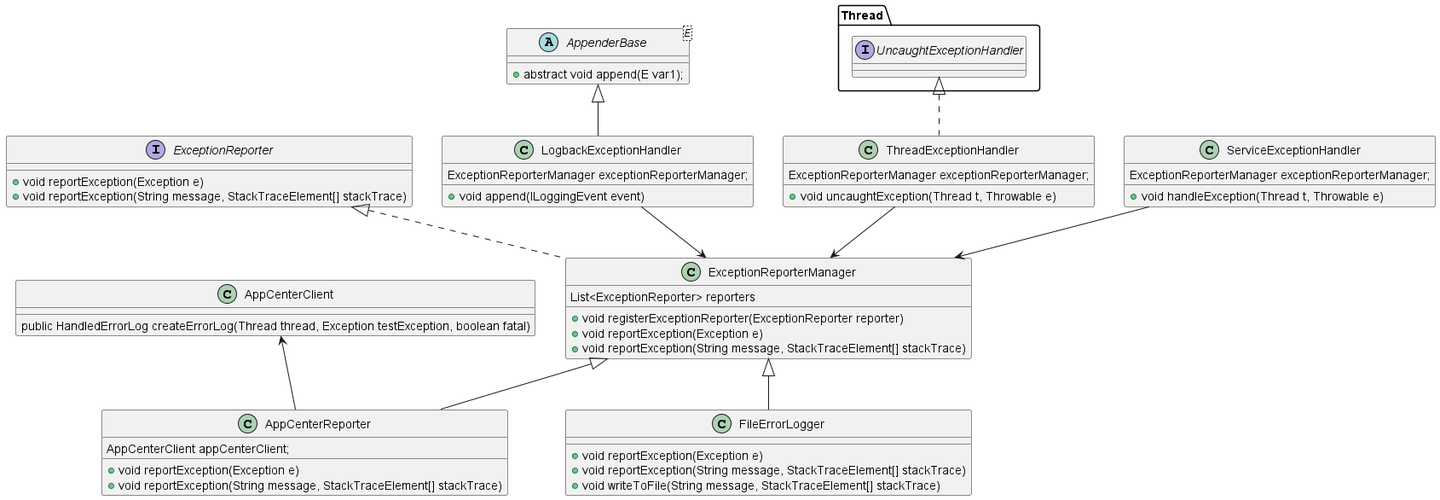
The PlantUML diagram docs/images/UML/exception_monitor.png in microsoft/HydraLab, before a commit. Its diagram source:
```plantuml
@startuml exception_monitor
interface ExceptionReporter {
    + void reportException(Exception e)
    + void reportException(String message, StackTraceElement[] stackTrace)
}

class ExceptionReporterManager implements ExceptionReporter {
    List<ExceptionReporter> reporters

    + void registerExceptionReporter(ExceptionReporter reporter)
    + void reportException(Exception e)
    + void reportException(String message, StackTraceElement[] stackTrace)
}

class AppCenterReporter extends ExceptionReporterManager {
    AppCenterClient appCenterClient;
    + void reportException(Exception e)
    + void reportException(String message, StackTraceElement[] stackTrace)
}


class FileErrorLogger extends ExceptionReporterManager {
    + void reportException(Exception e)
    + void reportException(String message, StackTraceElement[] stackTrace)
    + void writeToFile(String message, StackTraceElement[] stackTrace)
}

class AppCenterClient{
    public HandledErrorLog createErrorLog(Thread thread, Exception testException, boolean fatal)
}

AppCenterClient <-- AppCenterReporter

abstract class AppenderBase<E> {
    + abstract void append(E var1);
}

class LogbackExceptionHandler extends AppenderBase {
    ExceptionReporterManager exceptionReporterManager;
    + void append(ILoggingEvent event)
}

class ThreadExceptionHandler implements Thread.UncaughtExceptionHandler {
    ExceptionReporterManager exceptionReporterManager;
    + void uncaughtException(Thread t, Throwable e)
}

class ServiceExceptionHandler {
    ExceptionReporterManager exceptionReporterManager;
    + void handleException(Thread t, Throwable e)
}

LogbackExceptionHandler --> ExceptionReporterManager
ThreadExceptionHandler --> ExceptionReporterManager
ServiceExceptionHandler --> ExceptionReporterManager
@enduml
```
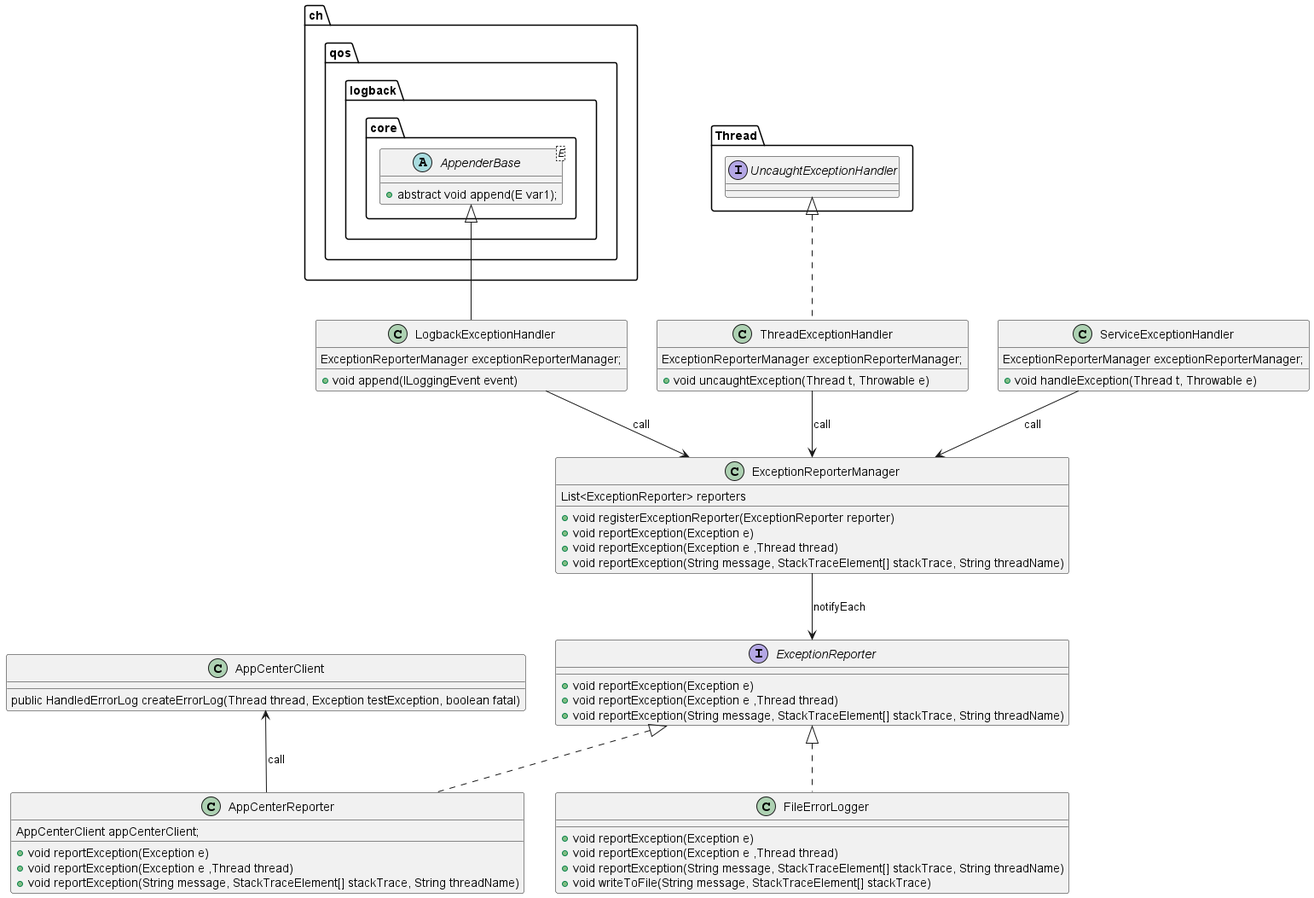
After the commit.

What changed in the source:
```diff
@@ -1,27 +1,31 @@
 @startuml exception_monitor
 interface ExceptionReporter {
     + void reportException(Exception e)
-    + void reportException(String message, StackTraceElement[] stackTrace)
+    + void reportException(Exception e ,Thread thread)
+    + void reportException(String message, StackTraceElement[] stackTrace, String threadName)
 }
 
-class ExceptionReporterManager implements ExceptionReporter {
+class ExceptionReporterManager {
     List<ExceptionReporter> reporters
-
     + void registerExceptionReporter(ExceptionReporter reporter)
     + void reportException(Exception e)
-    + void reportException(String message, StackTraceElement[] stackTrace)
+    + void reportException(Exception e ,Thread thread)
+    + void reportException(String message, StackTraceElement[] stackTrace, String threadName)
 }
 
-class AppCenterReporter extends ExceptionReporterManager {
+class AppCenterReporter implements ExceptionReporter {
     AppCenterClient appCenterClient;
+
     + void reportException(Exception e)
-    + void reportException(String message, StackTraceElement[] stackTrace)
+    + void reportException(Exception e ,Thread thread)
+    + void reportException(String message, StackTraceElement[] stackTrace, String threadName)
 }
 
 
-class FileErrorLogger extends ExceptionReporterManager {
+class FileErrorLogger implements ExceptionReporter {
     + void reportException(Exception e)
-    + void reportException(String message, StackTraceElement[] stackTrace)
+    + void reportException(Exception e ,Thread thread)
+    + void reportException(String message, StackTraceElement[] stackTrace, String threadName)
     + void writeToFile(String message, StackTraceElement[] stackTrace)
 }
 
@@ -29,13 +33,13 @@
     public HandledErrorLog createErrorLog(Thread thread, Exception testException, boolean fatal)
 }
 
-AppCenterClient <-- AppCenterReporter
+AppCenterClient <-- AppCenterReporter : call
 
-abstract class AppenderBase<E> {
+abstract class ch.qos.logback.core.AppenderBase<E> {
     + abstract void append(E var1);
 }
 
-class LogbackExceptionHandler extends AppenderBase {
+class LogbackExceptionHandler extends ch.qos.logback.core.AppenderBase {
     ExceptionReporterManager exceptionReporterManager;
     + void append(ILoggingEvent event)
 }
@@ -50,7 +54,9 @@
     + void handleException(Thread t, Throwable e)
 }
 
-LogbackExceptionHandler --> ExceptionReporterManager
-ThreadExceptionHandler --> ExceptionReporterManager
-ServiceExceptionHandler --> ExceptionReporterManager
+LogbackExceptionHandler --> ExceptionReporterManager : call
+ThreadExceptionHandler --> ExceptionReporterManager : call
+ServiceExceptionHandler --> ExceptionReporterManager : call
+
+ExceptionReporterManager --> ExceptionReporter : notifyEach
 @enduml
```
